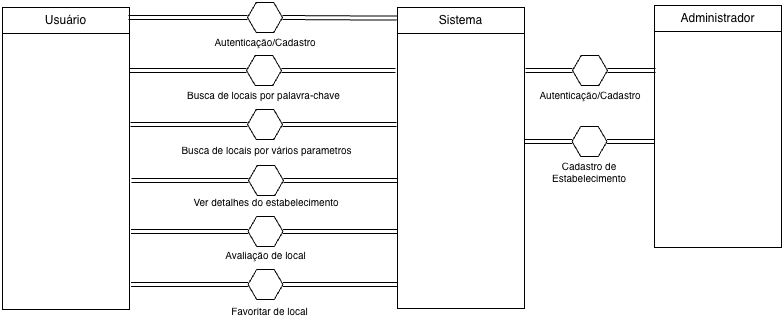
Earlier version of the draw.io export docs/diagramas/DiagramaDeConversacao.drawio.png (tfg-urbanly-fatec-ipiranga/urbanly). Source tidied: cells renumbered, new cells last; positions are measured from the earlier drawing's top-left corner, leaving out a move shared by most shapes. The source it was exported from:
```xml
<mxGraphModel>
  <root>
    <mxCell id="0" />
    <mxCell id="1" parent="0" />
    <mxCell id="2" value="Usuário" style="swimlane;fontStyle=0;horizontal=1;startSize=26;fillColor=none;whiteSpace=wrap;html=1;" parent="1" vertex="1">
      <mxGeometry y="5" width="127" height="302" as="geometry" />
    </mxCell>
    <mxCell id="3" style="edgeStyle=elbowEdgeStyle;fontSize=12;html=1;shape=link;rounded=0;entryX=0;entryY=0.5;entryDx=0;entryDy=0;" parent="1" edge="1" target="10">
      <mxGeometry relative="1" as="geometry">
        <mxPoint x="126" y="15" as="sourcePoint" />
        <Array as="points">
          <mxPoint x="182" y="5" />
        </Array>
      </mxGeometry>
    </mxCell>
    <mxCell id="4" style="fontSize=12;html=1;shape=link;rounded=0;exitX=1;exitY=0.5;exitDx=0;exitDy=0;entryX=0.006;entryY=0.124;entryDx=0;entryDy=0;entryPerimeter=0;" parent="1" edge="1" source="10">
      <mxGeometry relative="1" as="geometry">
        <mxPoint x="394.4" y="15.6" as="targetPoint" />
      </mxGeometry>
    </mxCell>
    <mxCell id="5" value="Autenticação/Cadastro" style="text;html=1;whiteSpace=wrap;strokeColor=none;fillColor=none;align=center;verticalAlign=middle;rounded=0;fontSize=10;" parent="1" vertex="1">
      <mxGeometry x="232.5" y="24" width="60" height="30" as="geometry" />
    </mxCell>
    <mxCell id="6" style="shape=mxgraph.bpmn.conversation2;perimeter=hexagonPerimeter2;whiteSpace=wrap;html=1;bpmnConversationType=conv;" parent="1" vertex="1">
      <mxGeometry x="244" y="53" width="35" height="30" as="geometry" />
    </mxCell>
    <mxCell id="7" style="fontSize=12;html=1;shape=link;rounded=0;entryX=0;entryY=0.5;entryDx=0;entryDy=0;" parent="1" edge="1" target="6">
      <mxGeometry relative="1" as="geometry">
        <mxPoint x="127" y="68" as="sourcePoint" />
      </mxGeometry>
    </mxCell>
    <mxCell id="8" style="fontSize=12;html=1;shape=link;rounded=0;exitX=1;exitY=0.5;exitDx=0;exitDy=0;" parent="1" edge="1" source="6">
      <mxGeometry relative="1" as="geometry">
        <mxPoint x="393" y="68" as="targetPoint" />
      </mxGeometry>
    </mxCell>
    <mxCell id="9" value="Busca de locais por palavra-chave" style="text;html=1;whiteSpace=wrap;strokeColor=none;fillColor=none;align=center;verticalAlign=middle;rounded=0;fontSize=10;" parent="1" vertex="1">
      <mxGeometry x="182.2" y="77" width="158.5" height="30" as="geometry" />
    </mxCell>
    <mxCell id="10" style="shape=mxgraph.bpmn.conversation2;perimeter=hexagonPerimeter2;whiteSpace=wrap;html=1;bpmnConversationType=conv;" parent="1" vertex="1">
      <mxGeometry x="245" width="35" height="30" as="geometry" />
    </mxCell>
    <mxCell id="11" style="shape=mxgraph.bpmn.conversation2;perimeter=hexagonPerimeter2;whiteSpace=wrap;html=1;bpmnConversationType=conv;" parent="1" vertex="1">
      <mxGeometry x="245" y="107" width="35" height="30" as="geometry" />
    </mxCell>
    <mxCell id="12" style="fontSize=12;html=1;shape=link;rounded=0;entryX=0;entryY=0.5;entryDx=0;entryDy=0;" parent="1" edge="1" target="11">
      <mxGeometry relative="1" as="geometry">
        <mxPoint x="128" y="122" as="sourcePoint" />
      </mxGeometry>
    </mxCell>
    <mxCell id="13" style="fontSize=12;html=1;shape=link;rounded=0;exitX=1;exitY=0.5;exitDx=0;exitDy=0;" parent="1" edge="1" source="11">
      <mxGeometry relative="1" as="geometry">
        <mxPoint x="394" y="122" as="targetPoint" />
      </mxGeometry>
    </mxCell>
    <mxCell id="14" value="Busca de locais por vários parametros" style="text;html=1;whiteSpace=wrap;strokeColor=none;fillColor=none;align=center;verticalAlign=middle;rounded=0;fontSize=10;" parent="1" vertex="1">
      <mxGeometry x="178" y="132" width="173" height="30" as="geometry" />
    </mxCell>
    <mxCell id="15" value="Sistema" style="swimlane;fontStyle=0;horizontal=1;startSize=26;fillColor=none;whiteSpace=wrap;html=1;" parent="1" vertex="1">
      <mxGeometry x="395" y="5" width="127" height="301" as="geometry" />
    </mxCell>
    <mxCell id="16" style="shape=mxgraph.bpmn.conversation2;perimeter=hexagonPerimeter2;whiteSpace=wrap;html=1;bpmnConversationType=conv;" parent="1" vertex="1">
      <mxGeometry x="245.5" y="214" width="35" height="30" as="geometry" />
    </mxCell>
    <mxCell id="17" style="fontSize=12;html=1;shape=link;rounded=0;entryX=0;entryY=0.5;entryDx=0;entryDy=0;" parent="1" edge="1" target="16">
      <mxGeometry relative="1" as="geometry">
        <mxPoint x="128.5" y="229" as="sourcePoint" />
      </mxGeometry>
    </mxCell>
    <mxCell id="18" style="fontSize=12;html=1;shape=link;rounded=0;exitX=1;exitY=0.5;exitDx=0;exitDy=0;" parent="1" edge="1" source="16">
      <mxGeometry relative="1" as="geometry">
        <mxPoint x="394.5" y="229" as="targetPoint" />
      </mxGeometry>
    </mxCell>
    <mxCell id="19" value="Avaliação de local" style="text;html=1;whiteSpace=wrap;strokeColor=none;fillColor=none;align=center;verticalAlign=middle;rounded=0;fontSize=10;" parent="1" vertex="1">
      <mxGeometry x="212" y="237" width="103" height="30" as="geometry" />
    </mxCell>
    <mxCell id="20" style="shape=mxgraph.bpmn.conversation2;perimeter=hexagonPerimeter2;whiteSpace=wrap;html=1;bpmnConversationType=conv;" parent="1" vertex="1">
      <mxGeometry x="245.5" y="267" width="35" height="30" as="geometry" />
    </mxCell>
    <mxCell id="21" style="fontSize=12;html=1;shape=link;rounded=0;entryX=0;entryY=0.5;entryDx=0;entryDy=0;" parent="1" edge="1" target="20">
      <mxGeometry relative="1" as="geometry">
        <mxPoint x="128.5" y="282" as="sourcePoint" />
      </mxGeometry>
    </mxCell>
    <mxCell id="22" style="fontSize=12;html=1;shape=link;rounded=0;exitX=1;exitY=0.5;exitDx=0;exitDy=0;" parent="1" edge="1" source="20">
      <mxGeometry relative="1" as="geometry">
        <mxPoint x="394.5" y="282" as="targetPoint" />
      </mxGeometry>
    </mxCell>
    <mxCell id="23" value="Favoritar de local" style="text;html=1;whiteSpace=wrap;strokeColor=none;fillColor=none;align=center;verticalAlign=middle;rounded=0;fontSize=10;" parent="1" vertex="1">
      <mxGeometry x="216.5" y="293" width="103" height="30" as="geometry" />
    </mxCell>
    <mxCell id="24" value="Administrador" style="swimlane;fontStyle=0;horizontal=1;startSize=26;fillColor=none;whiteSpace=wrap;html=1;" parent="1" vertex="1">
      <mxGeometry x="652" y="3" width="127" height="242" as="geometry" />
    </mxCell>
    <mxCell id="25" style="edgeStyle=elbowEdgeStyle;fontSize=12;html=1;shape=link;rounded=0;entryX=0;entryY=0.5;entryDx=0;entryDy=0;" parent="1" edge="1" target="28">
      <mxGeometry relative="1" as="geometry">
        <mxPoint x="523" y="68" as="sourcePoint" />
        <Array as="points">
          <mxPoint x="535" y="67" />
        </Array>
      </mxGeometry>
    </mxCell>
    <mxCell id="26" style="fontSize=12;html=1;shape=link;rounded=0;exitX=1;exitY=0.5;exitDx=0;exitDy=0;" parent="1" edge="1" source="28">
      <mxGeometry relative="1" as="geometry">
        <mxPoint x="653" y="68" as="targetPoint" />
      </mxGeometry>
    </mxCell>
    <mxCell id="27" value="Autenticação/Cadastro" style="text;html=1;whiteSpace=wrap;strokeColor=none;fillColor=none;align=center;verticalAlign=middle;rounded=0;fontSize=10;" parent="1" vertex="1">
      <mxGeometry x="557.5" y="77" width="60" height="30" as="geometry" />
    </mxCell>
    <mxCell id="28" style="shape=mxgraph.bpmn.conversation2;perimeter=hexagonPerimeter2;whiteSpace=wrap;html=1;bpmnConversationType=conv;" parent="1" vertex="1">
      <mxGeometry x="570" y="53" width="35" height="30" as="geometry" />
    </mxCell>
    <mxCell id="29" style="edgeStyle=elbowEdgeStyle;fontSize=12;html=1;shape=link;rounded=0;entryX=0;entryY=0.5;entryDx=0;entryDy=0;" parent="1" edge="1" target="32">
      <mxGeometry relative="1" as="geometry">
        <mxPoint x="522.5" y="139" as="sourcePoint" />
        <Array as="points">
          <mxPoint x="534.5" y="138" />
        </Array>
      </mxGeometry>
    </mxCell>
    <mxCell id="30" style="fontSize=12;html=1;shape=link;rounded=0;exitX=1;exitY=0.5;exitDx=0;exitDy=0;" parent="1" edge="1" source="32">
      <mxGeometry relative="1" as="geometry">
        <mxPoint x="652.5" y="139" as="targetPoint" />
      </mxGeometry>
    </mxCell>
    <mxCell id="31" value="Cadastro de Estabelecimento" style="text;html=1;whiteSpace=wrap;strokeColor=none;fillColor=none;align=center;verticalAlign=middle;rounded=0;fontSize=10;" parent="1" vertex="1">
      <mxGeometry x="557" y="154" width="60" height="30" as="geometry" />
    </mxCell>
    <mxCell id="32" style="shape=mxgraph.bpmn.conversation2;perimeter=hexagonPerimeter2;whiteSpace=wrap;html=1;bpmnConversationType=conv;" parent="1" vertex="1">
      <mxGeometry x="569.5" y="124" width="35" height="30" as="geometry" />
    </mxCell>
    <mxCell id="33" style="shape=mxgraph.bpmn.conversation2;perimeter=hexagonPerimeter2;whiteSpace=wrap;html=1;bpmnConversationType=conv;" parent="1" vertex="1">
      <mxGeometry x="246" y="163" width="35" height="30" as="geometry" />
    </mxCell>
    <mxCell id="34" style="fontSize=12;html=1;shape=link;rounded=0;entryX=0;entryY=0.5;entryDx=0;entryDy=0;" parent="1" edge="1" target="33">
      <mxGeometry relative="1" as="geometry">
        <mxPoint x="129" y="178" as="sourcePoint" />
      </mxGeometry>
    </mxCell>
    <mxCell id="35" style="fontSize=12;html=1;shape=link;rounded=0;exitX=1;exitY=0.5;exitDx=0;exitDy=0;" parent="1" edge="1" source="33">
      <mxGeometry relative="1" as="geometry">
        <mxPoint x="395" y="178" as="targetPoint" />
      </mxGeometry>
    </mxCell>
    <mxCell id="36" value="Ver detalhes do estabelecimento" style="text;html=1;whiteSpace=wrap;strokeColor=none;fillColor=none;align=center;verticalAlign=middle;rounded=0;fontSize=10;" parent="1" vertex="1">
      <mxGeometry x="187.5" y="184" width="154" height="30" as="geometry" />
    </mxCell>
  </root>
</mxGraphModel>
```
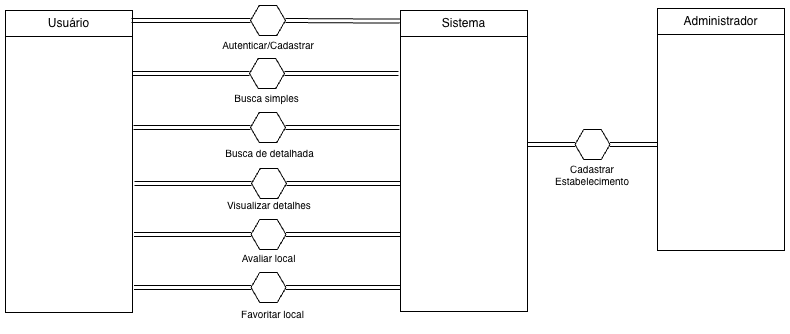
Above is the later version.

Commit message:
Substitui o diagrama de conversação para deixar equalizado com diagrama de caso de uso

Change to the diagram source:
```diff
@@ -18,7 +18,7 @@
         <mxPoint x="394.4" y="15.6" as="targetPoint" />
       </mxGeometry>
     </mxCell>
-    <mxCell id="5" value="Autenticação/Cadastro" style="text;html=1;whiteSpace=wrap;strokeColor=none;fillColor=none;align=center;verticalAlign=middle;rounded=0;fontSize=10;" parent="1" vertex="1">
+    <mxCell id="5" value="Autenticar/Cadastrar" style="text;html=1;whiteSpace=wrap;strokeColor=none;fillColor=none;align=center;verticalAlign=middle;rounded=0;fontSize=10;" parent="1" vertex="1">
       <mxGeometry x="232.5" y="24" width="60" height="30" as="geometry" />
     </mxCell>
     <mxCell id="6" style="shape=mxgraph.bpmn.conversation2;perimeter=hexagonPerimeter2;whiteSpace=wrap;html=1;bpmnConversationType=conv;" parent="1" vertex="1">
@@ -34,7 +34,7 @@
         <mxPoint x="393" y="68" as="targetPoint" />
       </mxGeometry>
     </mxCell>
-    <mxCell id="9" value="Busca de locais por palavra-chave" style="text;html=1;whiteSpace=wrap;strokeColor=none;fillColor=none;align=center;verticalAlign=middle;rounded=0;fontSize=10;" parent="1" vertex="1">
+    <mxCell id="9" value="Busca simples" style="text;html=1;whiteSpace=wrap;strokeColor=none;fillColor=none;align=center;verticalAlign=middle;rounded=0;fontSize=10;" parent="1" vertex="1">
       <mxGeometry x="182.2" y="77" width="158.5" height="30" as="geometry" />
     </mxCell>
     <mxCell id="10" style="shape=mxgraph.bpmn.conversation2;perimeter=hexagonPerimeter2;whiteSpace=wrap;html=1;bpmnConversationType=conv;" parent="1" vertex="1">
@@ -53,7 +53,7 @@
         <mxPoint x="394" y="122" as="targetPoint" />
       </mxGeometry>
     </mxCell>
-    <mxCell id="14" value="Busca de locais por vários parametros" style="text;html=1;whiteSpace=wrap;strokeColor=none;fillColor=none;align=center;verticalAlign=middle;rounded=0;fontSize=10;" parent="1" vertex="1">
+    <mxCell id="14" value="Busca de detalhada" style="text;html=1;whiteSpace=wrap;strokeColor=none;fillColor=none;align=center;verticalAlign=middle;rounded=0;fontSize=10;" parent="1" vertex="1">
       <mxGeometry x="178" y="132" width="173" height="30" as="geometry" />
     </mxCell>
     <mxCell id="15" value="Sistema" style="swimlane;fontStyle=0;horizontal=1;startSize=26;fillColor=none;whiteSpace=wrap;html=1;" parent="1" vertex="1">
@@ -72,7 +72,7 @@
         <mxPoint x="394.5" y="229" as="targetPoint" />
       </mxGeometry>
     </mxCell>
-    <mxCell id="19" value="Avaliação de local" style="text;html=1;whiteSpace=wrap;strokeColor=none;fillColor=none;align=center;verticalAlign=middle;rounded=0;fontSize=10;" parent="1" vertex="1">
+    <mxCell id="19" value="Avaliar local" style="text;html=1;whiteSpace=wrap;strokeColor=none;fillColor=none;align=center;verticalAlign=middle;rounded=0;fontSize=10;" parent="1" vertex="1">
       <mxGeometry x="212" y="237" width="103" height="30" as="geometry" />
     </mxCell>
     <mxCell id="20" style="shape=mxgraph.bpmn.conversation2;perimeter=hexagonPerimeter2;whiteSpace=wrap;html=1;bpmnConversationType=conv;" parent="1" vertex="1">
@@ -88,31 +88,12 @@
         <mxPoint x="394.5" y="282" as="targetPoint" />
       </mxGeometry>
     </mxCell>
-    <mxCell id="23" value="Favoritar de local" style="text;html=1;whiteSpace=wrap;strokeColor=none;fillColor=none;align=center;verticalAlign=middle;rounded=0;fontSize=10;" parent="1" vertex="1">
+    <mxCell id="23" value="Favoritar local" style="text;html=1;whiteSpace=wrap;strokeColor=none;fillColor=none;align=center;verticalAlign=middle;rounded=0;fontSize=10;" parent="1" vertex="1">
       <mxGeometry x="216.5" y="293" width="103" height="30" as="geometry" />
     </mxCell>
     <mxCell id="24" value="Administrador" style="swimlane;fontStyle=0;horizontal=1;startSize=26;fillColor=none;whiteSpace=wrap;html=1;" parent="1" vertex="1">
       <mxGeometry x="652" y="3" width="127" height="242" as="geometry" />
     </mxCell>
-    <mxCell id="25" style="edgeStyle=elbowEdgeStyle;fontSize=12;html=1;shape=link;rounded=0;entryX=0;entryY=0.5;entryDx=0;entryDy=0;" parent="1" edge="1" target="28">
-      <mxGeometry relative="1" as="geometry">
-        <mxPoint x="523" y="68" as="sourcePoint" />
-        <Array as="points">
-          <mxPoint x="535" y="67" />
-        </Array>
-      </mxGeometry>
-    </mxCell>
-    <mxCell id="26" style="fontSize=12;html=1;shape=link;rounded=0;exitX=1;exitY=0.5;exitDx=0;exitDy=0;" parent="1" edge="1" source="28">
-      <mxGeometry relative="1" as="geometry">
-        <mxPoint x="653" y="68" as="targetPoint" />
-      </mxGeometry>
-    </mxCell>
-    <mxCell id="27" value="Autenticação/Cadastro" style="text;html=1;whiteSpace=wrap;strokeColor=none;fillColor=none;align=center;verticalAlign=middle;rounded=0;fontSize=10;" parent="1" vertex="1">
-      <mxGeometry x="557.5" y="77" width="60" height="30" as="geometry" />
-    </mxCell>
-    <mxCell id="28" style="shape=mxgraph.bpmn.conversation2;perimeter=hexagonPerimeter2;whiteSpace=wrap;html=1;bpmnConversationType=conv;" parent="1" vertex="1">
-      <mxGeometry x="570" y="53" width="35" height="30" as="geometry" />
-    </mxCell>
     <mxCell id="29" style="edgeStyle=elbowEdgeStyle;fontSize=12;html=1;shape=link;rounded=0;entryX=0;entryY=0.5;entryDx=0;entryDy=0;" parent="1" edge="1" target="32">
       <mxGeometry relative="1" as="geometry">
         <mxPoint x="522.5" y="139" as="sourcePoint" />
@@ -126,7 +107,7 @@
         <mxPoint x="652.5" y="139" as="targetPoint" />
       </mxGeometry>
     </mxCell>
-    <mxCell id="31" value="Cadastro de Estabelecimento" style="text;html=1;whiteSpace=wrap;strokeColor=none;fillColor=none;align=center;verticalAlign=middle;rounded=0;fontSize=10;" parent="1" vertex="1">
+    <mxCell id="31" value="Cadastrar Estabelecimento" style="text;html=1;whiteSpace=wrap;strokeColor=none;fillColor=none;align=center;verticalAlign=middle;rounded=0;fontSize=10;" parent="1" vertex="1">
       <mxGeometry x="557" y="154" width="60" height="30" as="geometry" />
     </mxCell>
     <mxCell id="32" style="shape=mxgraph.bpmn.conversation2;perimeter=hexagonPerimeter2;whiteSpace=wrap;html=1;bpmnConversationType=conv;" parent="1" vertex="1">
@@ -145,7 +126,7 @@
         <mxPoint x="395" y="178" as="targetPoint" />
       </mxGeometry>
     </mxCell>
-    <mxCell id="36" value="Ver detalhes do estabelecimento" style="text;html=1;whiteSpace=wrap;strokeColor=none;fillColor=none;align=center;verticalAlign=middle;rounded=0;fontSize=10;" parent="1" vertex="1">
+    <mxCell id="36" value="Visualizar detalhes" style="text;html=1;whiteSpace=wrap;strokeColor=none;fillColor=none;align=center;verticalAlign=middle;rounded=0;fontSize=10;" parent="1" vertex="1">
       <mxGeometry x="187.5" y="184" width="154" height="30" as="geometry" />
     </mxCell>
   </root>
```
